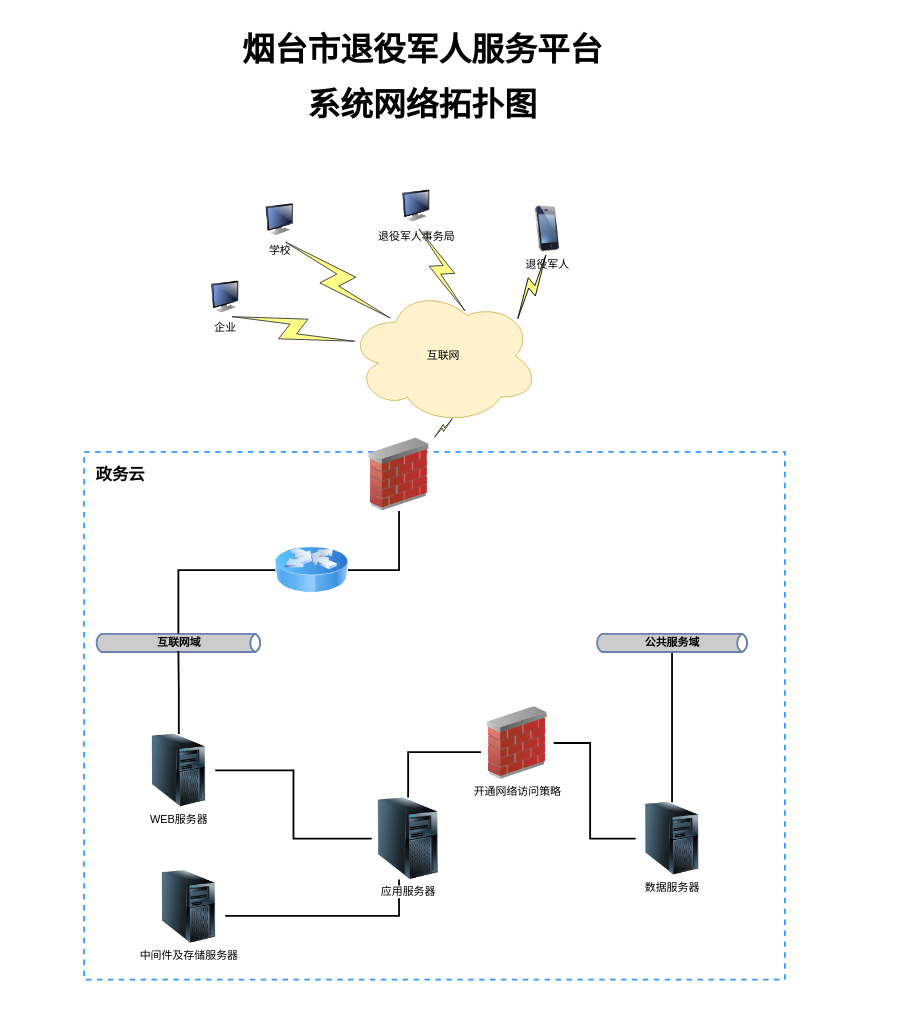
Earlier version of the draw.io diagram 系统网络拓扑图.drawio (z-cloud-z/draw). Source tidied: cells renumbered, new cells numbered last; positions are measured from the earlier drawing's top-left corner, leaving out a move shared by most shapes. Both pictures are drawn from the tidied source at 91%, with x=0, y=0 at pixel (84, 33).
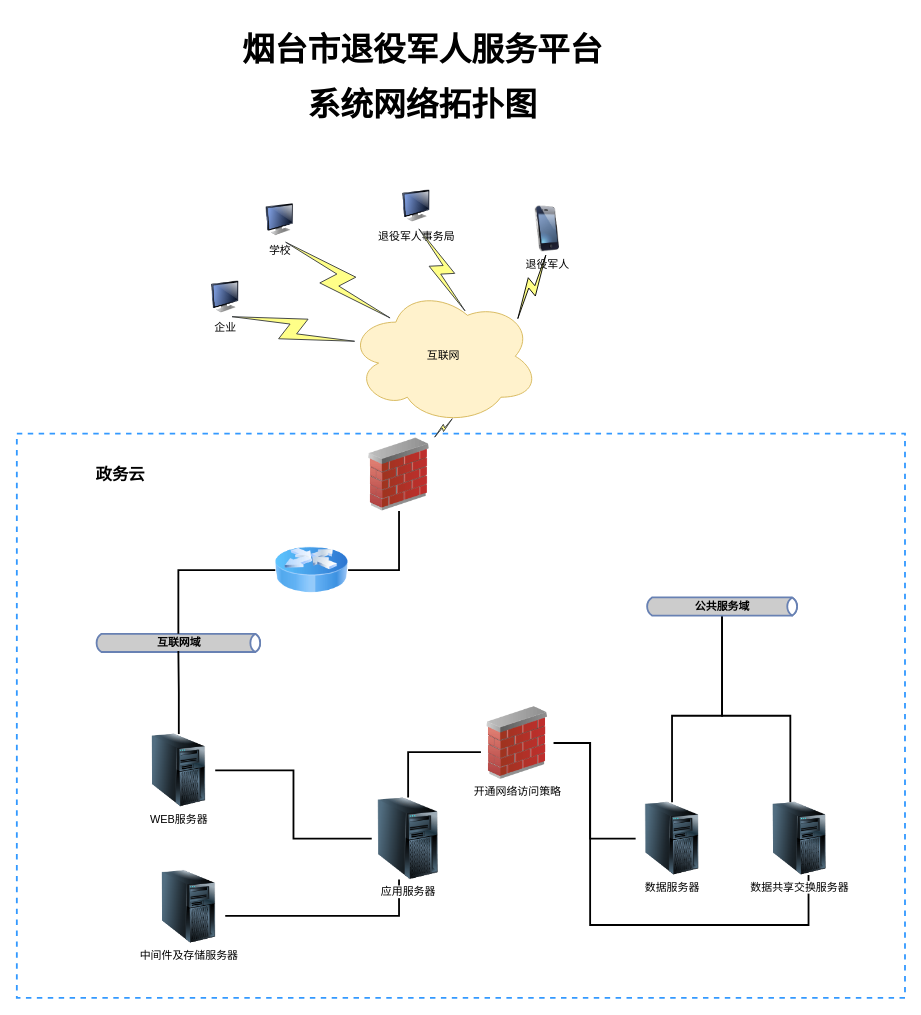
After the change.

Commit message:
更新系统网络拓扑图.drawio

Unchanged cells that the change refers to:
```xml
<mxCell id="27" value="数据服务器" style="image;html=1;image=img/lib/clip_art/computers/Server_Tower_128x128.png;fontColor=#000000;" parent="1" vertex="1">
  <mxGeometry x="606" y="845" width="80" height="80" as="geometry" />
</mxCell>
<mxCell id="30" value="开通网络访问策略" style="image;html=1;image=img/lib/clip_art/networking/Firewall_02_128x128.png;" parent="1" vertex="1">
  <mxGeometry x="436" y="740" width="80" height="80" as="geometry" />
</mxCell>
```

Diff of the diagram source:
```diff
@@
     <mxCell id="2" style="rounded=0;whiteSpace=wrap;html=1;dashed=1;fillColor=none;align=left;strokeWidth=2;strokeColor=#3399FF;" parent="1" vertex="1">
-      <mxGeometry y="460" width="770" height="580" as="geometry" />
+      <mxGeometry x="-74" y="440" width="976" height="620" as="geometry" />
     </mxCell>
@@
     <mxCell id="28" style="edgeStyle=orthogonalEdgeStyle;rounded=0;jettySize=auto;html=1;strokeColor=#000000;strokeWidth=2;fontSize=12;fontColor=#000000;endArrow=none;endFill=0;" parent="1" edge="1" source="29" target="27">
-      <mxGeometry relative="1" as="geometry" />
+      <mxGeometry relative="1" as="geometry">
+        <Array as="points">
+          <mxPoint x="701" y="750" />
+          <mxPoint x="646" y="750" />
+        </Array>
+      </mxGeometry>
     </mxCell>
+    <mxCell id="32" style="edgeStyle=orthogonalEdgeStyle;rounded=0;jettySize=auto;html=1;strokeWidth=2;endArrow=none;endFill=0;" parent="1" edge="1" source="29" target="34">
+      <mxGeometry relative="1" as="geometry">
+        <Array as="points">
+          <mxPoint x="701" y="750" />
+          <mxPoint x="776" y="750" />
+        </Array>
+      </mxGeometry>
+    </mxCell>
     <mxCell id="29" value="&lt;b&gt;公共服务域&lt;/b&gt;" style="html=1;outlineConnect=0;fillColor=#CCCCCC;strokeColor=#6881B3;gradientColor=none;gradientDirection=north;strokeWidth=2;shape=mxgraph.networks.bus;gradientColor=none;gradientDirection=north;fontColor=#000000;perimeter=backbonePerimeter;backboneSize=20;" parent="1" vertex="1">
-      <mxGeometry x="561" y="660" width="170" height="20" as="geometry" />
+      <mxGeometry x="616" y="590" width="170" height="80" as="geometry" />
     </mxCell>
+    <mxCell id="33" style="edgeStyle=orthogonalEdgeStyle;rounded=0;jettySize=auto;html=1;endArrow=none;endFill=0;strokeWidth=2;" parent="1" edge="1" source="30" target="34">
+      <mxGeometry relative="1" as="geometry">
+        <Array as="points">
+          <mxPoint x="556" y="780" />
+          <mxPoint x="556" y="980" />
+          <mxPoint x="796" y="980" />
+        </Array>
+      </mxGeometry>
+    </mxCell>
@@
+    <mxCell id="34" value="数据共享交换服务器" style="image;html=1;image=img/lib/clip_art/computers/Server_Tower_128x128.png;fontColor=#000000;" parent="1" vertex="1">
+      <mxGeometry x="746" y="845" width="80" height="80" as="geometry" />
+    </mxCell>
```
